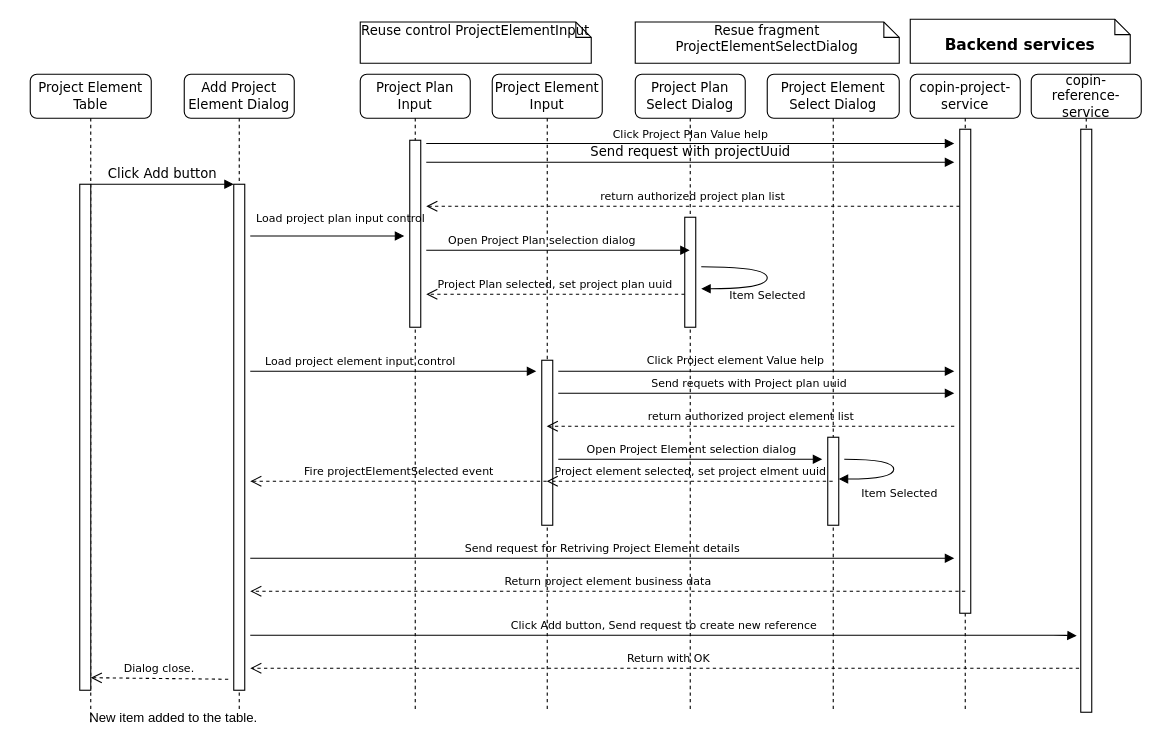
KarenChen96/ABAP keeps this draw.io diagram as Sequence.drawio. Above is the earlier version. Source tidied: cells renumbered, new cells numbered last; positions are measured from the earlier drawing's top-left corner, leaving out a move shared by most shapes. Both pictures are drawn from the tidied source at 110%, with x=0, y=0 at pixel (30, 19).
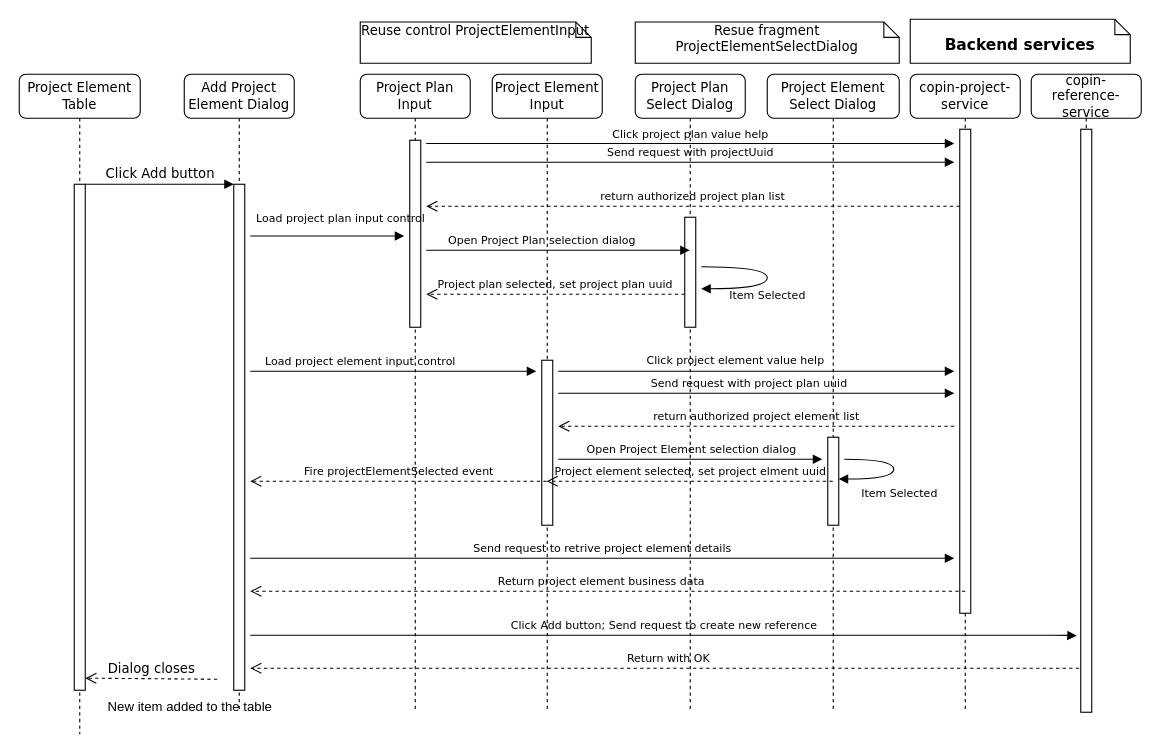
The same diagram, later.

The change refers to these unchanged cells:
```xml
<mxCell id="7" value="Project Element Input" style="shape=umlLifeline;perimeter=lifelinePerimeter;whiteSpace=wrap;html=1;outlineConnect=0;rounded=1;shadow=0;comic=0;labelBackgroundColor=none;strokeWidth=1;fontFamily=Verdana;fontSize=12;align=center;" parent="1" vertex="1">
  <mxGeometry x="420" y="50" width="100" height="580" as="geometry" />
</mxCell>
<mxCell id="41" style="html=1;points=[];perimeter=orthogonalPerimeter;rounded=0;shadow=0;comic=0;labelBackgroundColor=none;strokeWidth=1;fontFamily=Verdana;fontSize=12;align=center;" parent="40" vertex="1">
  <mxGeometry x="45" y="50" width="10" height="530" as="geometry" />
</mxCell>
```

Change to the diagram source:
```diff
@@
-    <mxCell id="9" value="&lt;font style=&quot;font-size: 10px;&quot;&gt;Project Plan selected, set project plan uuid&lt;/font&gt;" style="html=1;verticalAlign=bottom;endArrow=open;dashed=1;endSize=8;labelBackgroundColor=none;fontFamily=Verdana;fontSize=12;" parent="7" edge="1">
+    <mxCell id="9" value="&lt;font style=&quot;font-size: 10px;&quot;&gt;Project plan selected, set project plan uuid&lt;/font&gt;" style="html=1;verticalAlign=bottom;endArrow=open;dashed=1;endSize=8;labelBackgroundColor=none;fontFamily=Verdana;fontSize=12;" parent="7" edge="1">
       <mxGeometry relative="1" as="geometry">
         <mxPoint x="175" y="200" as="sourcePoint" />
         <mxPoint x="-60" y="200" as="targetPoint" />
         <Array as="points">
           <mxPoint x="135" y="200" />
         </Array>
       </mxGeometry>
     </mxCell>
@@
     <mxCell id="18" value="Project Element Table" style="shape=umlLifeline;perimeter=lifelinePerimeter;whiteSpace=wrap;html=1;rounded=1;shadow=0;comic=0;labelBackgroundColor=none;strokeWidth=1;fontFamily=Verdana;fontSize=12;align=center;" parent="1" vertex="1">
-      <mxGeometry y="50" width="110" height="590" as="geometry" />
+      <mxGeometry x="-10" y="50" width="110" height="600" as="geometry" />
     </mxCell>
     <mxCell id="19" style="html=1;points=[];perimeter=orthogonalPerimeter;rounded=0;shadow=0;comic=0;labelBackgroundColor=none;strokeWidth=1;fontFamily=Verdana;fontSize=12;align=center;" parent="18" vertex="1">
-      <mxGeometry x="45" y="100" width="10" height="460" as="geometry" />
+      <mxGeometry x="50" y="100" width="10" height="460" as="geometry" />
     </mxCell>
-    <mxCell id="20" value="&lt;font style=&quot;font-size: 10px;&quot;&gt;Dialog close.&lt;/font&gt;" style="html=1;verticalAlign=bottom;endArrow=open;dashed=1;endSize=8;labelBackgroundColor=none;fontFamily=Verdana;fontSize=12;" parent="18" edge="1">
+    <mxCell id="20" value="&lt;font style=&quot;font-size: 12px;&quot;&gt;Dialog closes&lt;/font&gt;" style="html=1;verticalAlign=bottom;endArrow=open;dashed=1;endSize=8;labelBackgroundColor=none;fontFamily=Verdana;fontSize=12;" parent="18" edge="1">
       <mxGeometry relative="1" as="geometry">
         <mxPoint x="180" y="550" as="sourcePoint" />
-        <mxPoint x="55" y="548.6" as="targetPoint" />
+        <mxPoint x="60" y="549" as="targetPoint" />
       </mxGeometry>
     </mxCell>
-    <mxCell id="21" value="New item added to the table." style="text;html=1;align=center;verticalAlign=middle;strokeColor=none;fillColor=none;" parent="18" vertex="1">
-      <mxGeometry x="40" y="570" width="180" height="30" as="geometry" />
-    </mxCell>
@@
-    <mxCell id="27" value="Send request with projectUuid" style="html=1;verticalAlign=bottom;endArrow=block;labelBackgroundColor=none;fontFamily=Verdana;fontSize=12;edgeStyle=elbowEdgeStyle;elbow=vertical;" parent="1" edge="1">
+    <mxCell id="27" value="&lt;font style=&quot;font-size: 10px;&quot;&gt;Send request with projectUuid&lt;/font&gt;" style="html=1;verticalAlign=bottom;endArrow=block;labelBackgroundColor=none;fontFamily=Verdana;fontSize=12;edgeStyle=elbowEdgeStyle;elbow=vertical;" parent="1" edge="1">
       <mxGeometry relative="1" as="geometry">
         <mxPoint x="360" y="130" as="sourcePoint" />
         <mxPoint x="840" y="130" as="targetPoint" />
         <Array as="points">
           <mxPoint x="620" y="130" />
           <mxPoint x="770" y="140" />
           <mxPoint x="620" y="140" />
         </Array>
       </mxGeometry>
     </mxCell>
-    <mxCell id="28" value="&lt;font style=&quot;font-size: 10px;&quot;&gt;Click Project Plan Value help&lt;/font&gt;" style="html=1;verticalAlign=bottom;endArrow=block;labelBackgroundColor=none;fontFamily=Verdana;fontSize=12;edgeStyle=elbowEdgeStyle;elbow=vertical;" parent="1" edge="1">
+    <mxCell id="28" value="&lt;font style=&quot;font-size: 10px;&quot;&gt;Click project plan value help&lt;/font&gt;" style="html=1;verticalAlign=bottom;endArrow=block;labelBackgroundColor=none;fontFamily=Verdana;fontSize=12;edgeStyle=elbowEdgeStyle;elbow=vertical;" parent="1" edge="1">
       <mxGeometry relative="1" as="geometry">
         <mxPoint x="360" y="113" as="sourcePoint" />
         <mxPoint x="840" y="113" as="targetPoint" />
         <Array as="points">
           <mxPoint x="660" y="113" />
           <mxPoint x="880" y="150" />
         </Array>
       </mxGeometry>
     </mxCell>
@@
-    <mxCell id="31" value="&lt;font style=&quot;font-size: 10px;&quot;&gt;Click Project element Value help&lt;/font&gt;" style="html=1;verticalAlign=bottom;endArrow=block;labelBackgroundColor=none;fontFamily=Verdana;fontSize=12;edgeStyle=elbowEdgeStyle;elbow=vertical;" parent="1" edge="1">
+    <mxCell id="31" value="&lt;font style=&quot;font-size: 10px;&quot;&gt;Click project element value help&lt;/font&gt;" style="html=1;verticalAlign=bottom;endArrow=block;labelBackgroundColor=none;fontFamily=Verdana;fontSize=12;edgeStyle=elbowEdgeStyle;elbow=vertical;" parent="1" edge="1">
       <mxGeometry x="-0.11" y="1" relative="1" as="geometry">
         <mxPoint x="480" y="320" as="sourcePoint" />
         <mxPoint x="840" y="320" as="targetPoint" />
         <Array as="points">
           <mxPoint x="480" y="320" />
           <mxPoint x="560" y="250" />
           <mxPoint x="300" y="380" />
           <mxPoint x="190" y="370" />
         </Array>
         <mxPoint x="1" as="offset" />
       </mxGeometry>
     </mxCell>
@@
-    <mxCell id="35" value="&lt;font style=&quot;font-size: 10px;&quot;&gt;Send requets with Project plan uuid&amp;nbsp;&lt;/font&gt;" style="html=1;verticalAlign=bottom;endArrow=block;labelBackgroundColor=none;fontFamily=Verdana;fontSize=12;edgeStyle=elbowEdgeStyle;elbow=vertical;" parent="1" edge="1">
+    <mxCell id="35" value="&lt;font style=&quot;font-size: 10px;&quot;&gt;Send request with project plan uuid&amp;nbsp;&lt;/font&gt;" style="html=1;verticalAlign=bottom;endArrow=block;labelBackgroundColor=none;fontFamily=Verdana;fontSize=12;edgeStyle=elbowEdgeStyle;elbow=vertical;" parent="1" edge="1">
       <mxGeometry x="-0.03" relative="1" as="geometry">
         <mxPoint x="480" y="340" as="sourcePoint" />
         <mxPoint x="840" y="340" as="targetPoint" />
         <Array as="points">
           <mxPoint x="710" y="340" />
           <mxPoint x="834" y="350" />
           <mxPoint x="864" y="279" />
           <mxPoint x="604" y="409" />
           <mxPoint x="494" y="399" />
         </Array>
       </mxGeometry>
     </mxCell>
@@
-    <mxCell id="38" value="&lt;font style=&quot;font-size: 10px;&quot;&gt;Send request for Retriving Project Element details&lt;/font&gt;" style="html=1;verticalAlign=bottom;endArrow=block;labelBackgroundColor=none;fontFamily=Verdana;fontSize=12;" parent="1" edge="1">
+    <mxCell id="38" value="&lt;font style=&quot;font-size: 10px;&quot;&gt;Send request to retrive project element details&lt;/font&gt;" style="html=1;verticalAlign=bottom;endArrow=block;labelBackgroundColor=none;fontFamily=Verdana;fontSize=12;" parent="1" edge="1">
       <mxGeometry relative="1" as="geometry">
         <mxPoint x="200" y="490" as="sourcePoint" />
         <mxPoint x="840" y="490" as="targetPoint" />
         <Array as="points">
           <mxPoint x="530" y="490" />
           <mxPoint x="610" y="490" />
         </Array>
       </mxGeometry>
     </mxCell>
     <mxCell id="39" value="&lt;font style=&quot;font-size: 10px;&quot;&gt;Return project element business data&lt;/font&gt;" style="html=1;verticalAlign=bottom;endArrow=open;dashed=1;endSize=8;labelBackgroundColor=none;fontFamily=Verdana;fontSize=12;" parent="1" edge="1">
-      <mxGeometry relative="1" as="geometry">
+      <mxGeometry x="0.02" relative="1" as="geometry">
         <mxPoint x="850" y="520" as="sourcePoint" />
         <mxPoint x="200" y="520" as="targetPoint" />
+        <mxPoint x="1" as="offset" />
       </mxGeometry>
     </mxCell>
@@
-    <mxCell id="42" value="&lt;font style=&quot;font-size: 10px;&quot;&gt;Click Add button, Send request to create new reference&lt;/font&gt;" style="html=1;verticalAlign=bottom;endArrow=block;labelBackgroundColor=none;fontFamily=Verdana;fontSize=12;entryX=-0.367;entryY=0.869;entryDx=0;entryDy=0;entryPerimeter=0;" parent="1" edge="1" target="41">
+    <mxCell id="42" value="&lt;font style=&quot;font-size: 10px;&quot;&gt;Click Add button; Send request to create new reference&lt;/font&gt;" style="html=1;verticalAlign=bottom;endArrow=block;labelBackgroundColor=none;fontFamily=Verdana;fontSize=12;entryX=-0.367;entryY=0.869;entryDx=0;entryDy=0;entryPerimeter=0;" parent="1" edge="1" target="41">
       <mxGeometry relative="1" as="geometry">
         <mxPoint x="200" y="560" as="sourcePoint" />
         <Array as="points">
           <mxPoint x="340" y="560" />
           <mxPoint x="540" y="560" />
           <mxPoint x="940" y="560" />
         </Array>
       </mxGeometry>
     </mxCell>
-    <mxCell id="43" value="&lt;font style=&quot;font-size: 10px;&quot;&gt;return authorized project element list&lt;/font&gt;" style="html=1;verticalAlign=bottom;endArrow=open;dashed=1;endSize=8;labelBackgroundColor=none;fontFamily=Verdana;fontSize=12;edgeStyle=elbowEdgeStyle;elbow=vertical;" parent="1" edge="1" target="7">
+    <mxCell id="43" value="&lt;font style=&quot;font-size: 10px;&quot;&gt;return authorized project element list&lt;/font&gt;" style="html=1;verticalAlign=bottom;endArrow=open;dashed=1;endSize=8;labelBackgroundColor=none;fontFamily=Verdana;fontSize=12;edgeStyle=elbowEdgeStyle;elbow=vertical;" parent="1" edge="1">
       <mxGeometry relative="1" as="geometry">
         <mxPoint x="840" y="370" as="sourcePoint" />
+        <mxPoint x="480" y="370" as="targetPoint" />
         <Array as="points">
           <mxPoint x="650" y="370" />
           <mxPoint x="707.5" y="360" />
           <mxPoint x="557.5" y="350" />
           <mxPoint x="687.5" y="380" />
           <mxPoint x="757.5" y="383" />
           <mxPoint x="667.5" y="370" />
           <mxPoint x="587.5" y="420" />
           <mxPoint x="617.5" y="420" />
         </Array>
       </mxGeometry>
     </mxCell>
@@
+    <mxCell id="21" value="&lt;font style=&quot;font-size: 12px;&quot;&gt;New item added to the table&lt;/font&gt;" style="text;html=1;align=center;verticalAlign=middle;strokeColor=none;fillColor=none;" parent="1" vertex="1">
+      <mxGeometry x="60" y="610" width="170" height="30" as="geometry" />
+    </mxCell>
```
